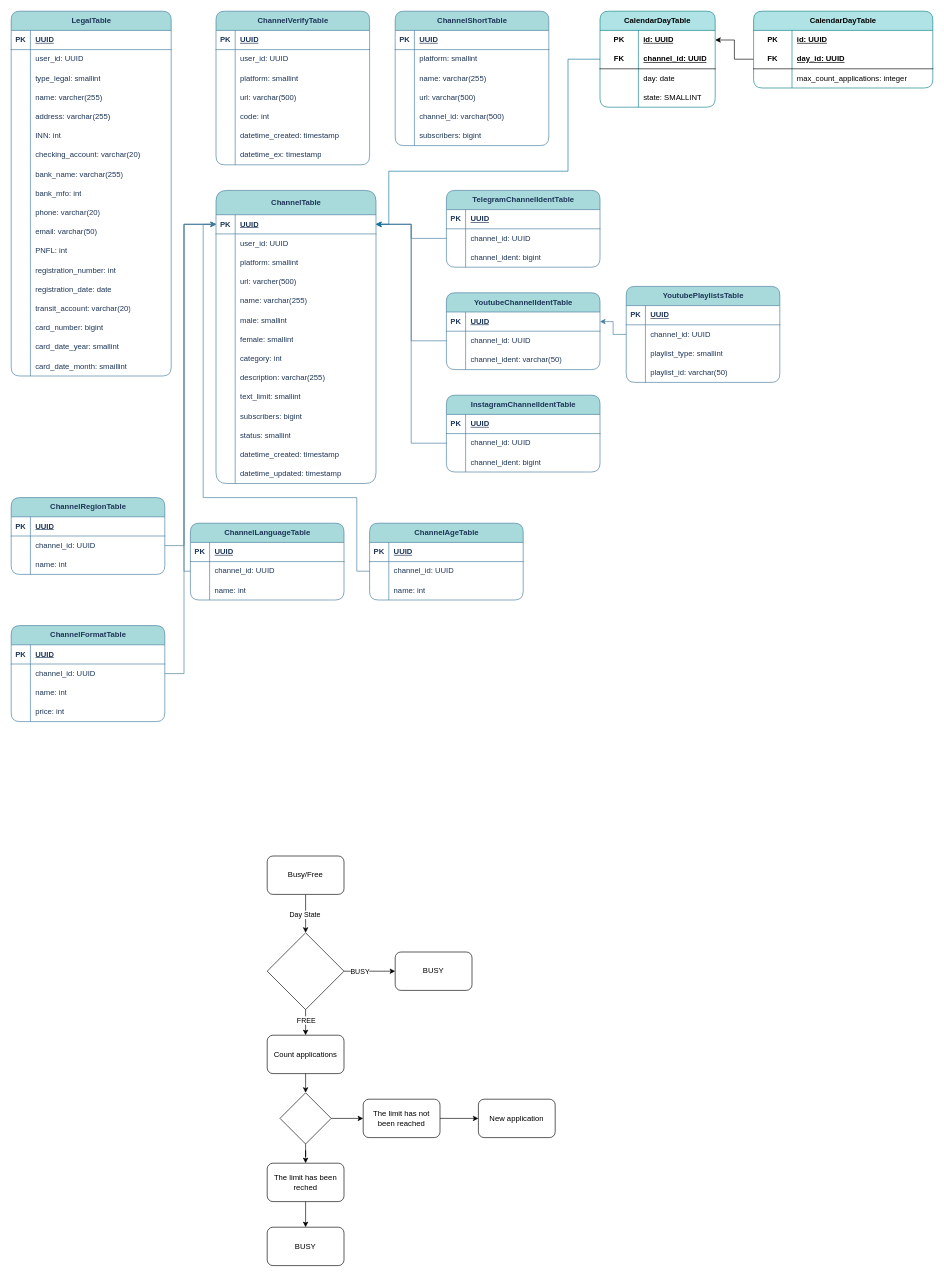
Above: page "channel_database" (6 of 8) of Advertiser-Blogger.drawio in KmvRoman/Diagrams (draw.io), before the change. Source tidied: cells renumbered, new cells numbered last; positions are measured from the earlier drawing's top-left corner, leaving out a move shared by most shapes. Both pictures are drawn from the tidied source at 64%, with x=0, y=0 at pixel (11, 11).
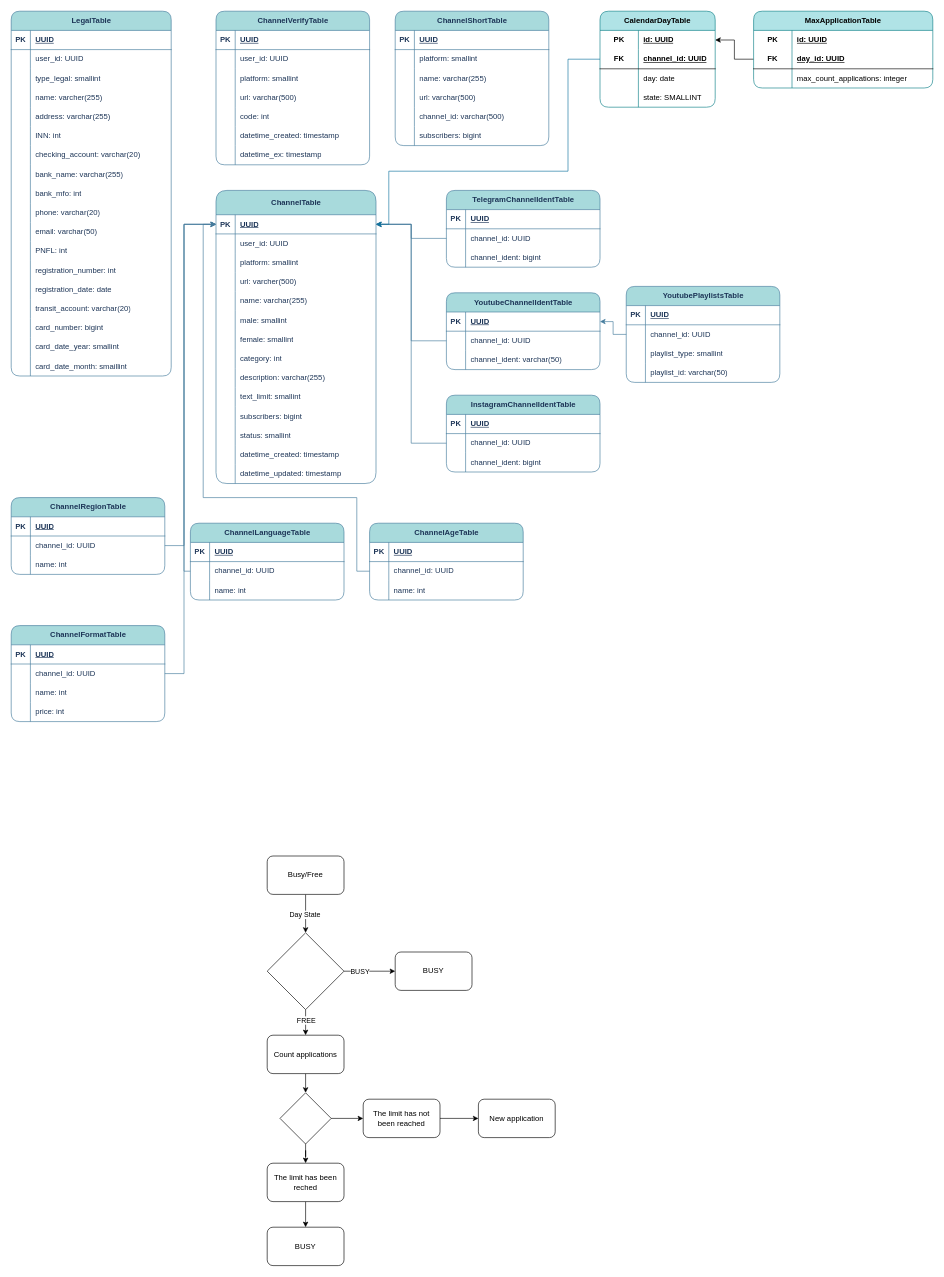
Above is the later version.

Diff of the diagram source:
```diff
@@
-    <mxCell id="270" value="CalendarDayTable" style="shape=table;startSize=30;childLayout=tableLayout;rowLines=0;fontStyle=1;align=center;html=1;whiteSpace=wrap;fillColor=#b0e3e6;strokeColor=#0e8088;rounded=1;" parent="1" vertex="1">
+    <mxCell id="270" value="MaxApplicationTable" style="shape=table;startSize=30;childLayout=tableLayout;rowLines=0;fontStyle=1;align=center;html=1;whiteSpace=wrap;fillColor=#b0e3e6;strokeColor=#0e8088;rounded=1;" parent="1" vertex="1">
       <mxGeometry x="1160" width="280" height="120" as="geometry" />
     </mxCell>
```
